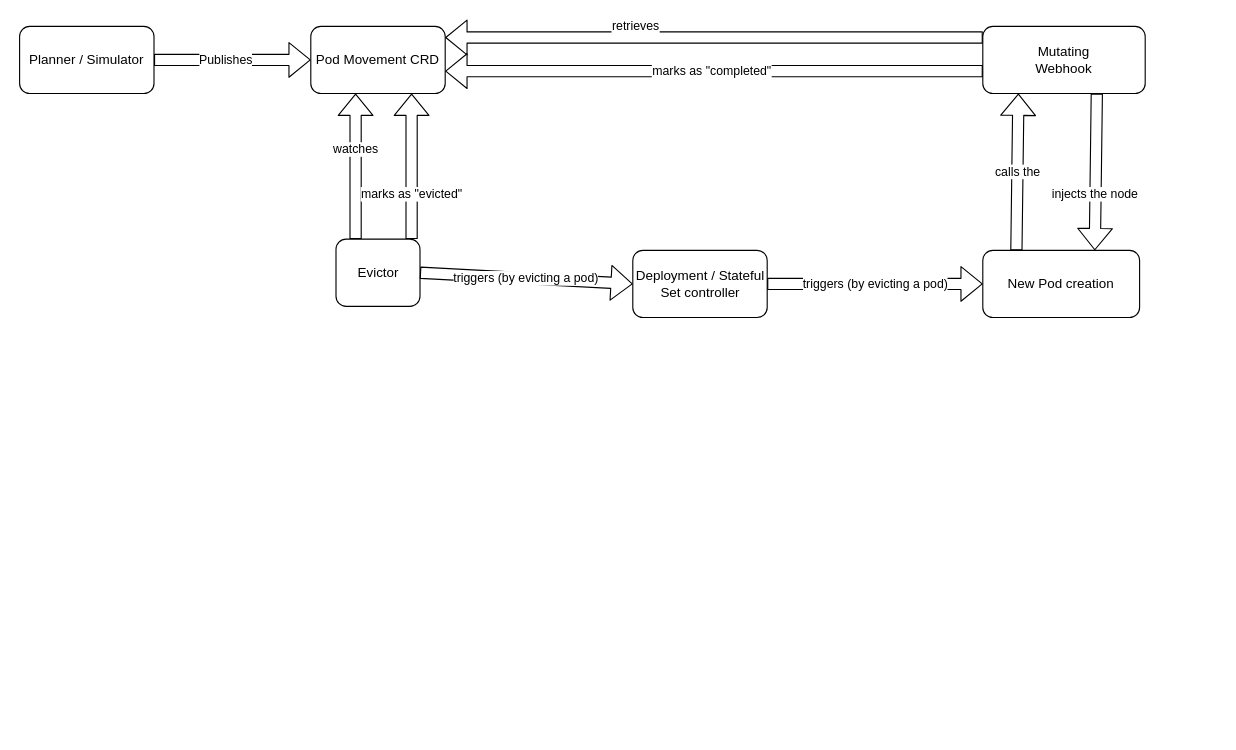
andreabuon/podtetris keeps this draw.io diagram as notes/tool-architecture.drawio. Above is the earlier version. Source tidied: cells renumbered, new cells numbered last; positions are measured from the earlier drawing's top-left corner, leaving out a move shared by most shapes. Both pictures are drawn from the tidied source at 112%, with x=0, y=0 at pixel (19, 26).
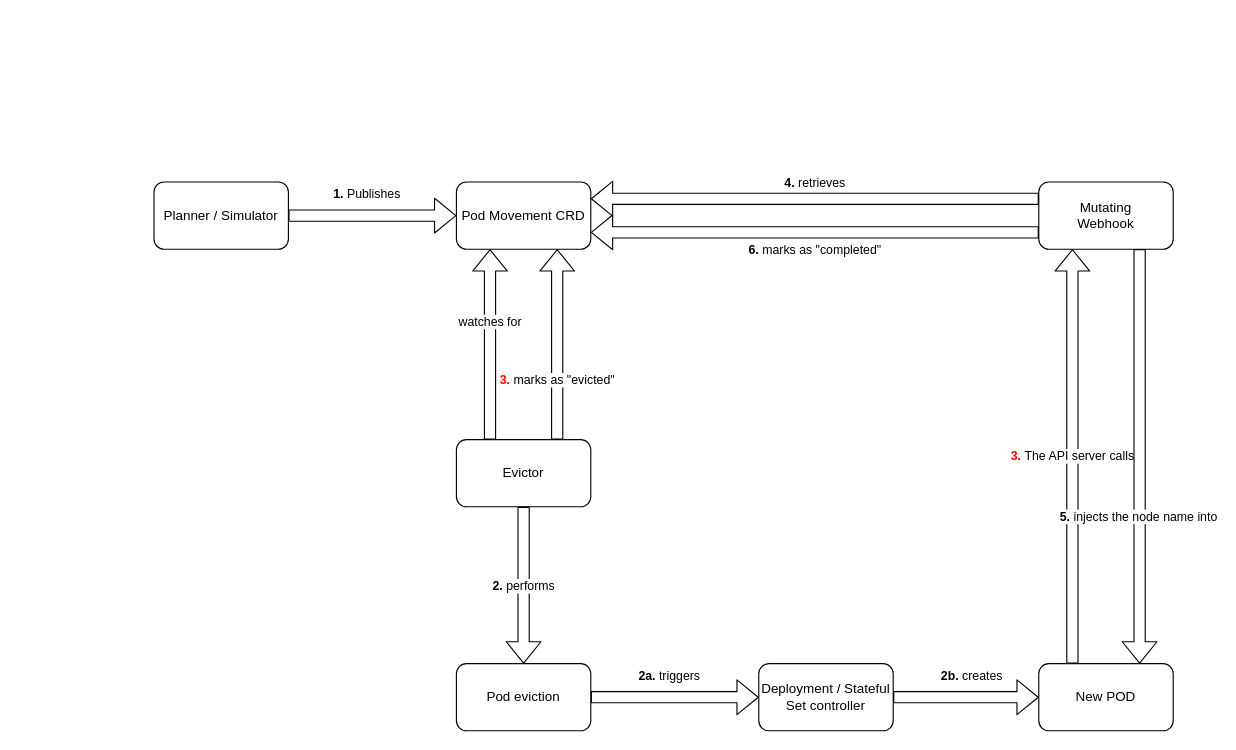
The same page after the edit.

Commit message (it also covers changes not shown here):
docs(tool-architecture): add steps numbers, link arrows

Diff of the diagram source:
```diff
@@
-    <mxCell id="2" value="Publishes" style="shape=flexArrow;endArrow=classic;html=1;rounded=1;" parent="1" edge="1" source="7" target="3">
-      <mxGeometry x="-0.08" relative="1" as="geometry" />
+    <mxCell id="2" value="&lt;b&gt;1.&lt;/b&gt; Publishes" style="shape=flexArrow;endArrow=classic;html=1;rounded=1;exitX=1;exitY=0.5;exitDx=0;exitDy=0;entryX=0;entryY=0.5;entryDx=0;entryDy=0;" parent="1" edge="1" source="7" target="3">
+      <mxGeometry x="-0.07" y="19" relative="1" as="geometry" />
     </mxCell>
     <mxCell id="3" value="&lt;div&gt;Pod Movement CRD&lt;/div&gt;" style="rounded=1;whiteSpace=wrap;html=1;" parent="1" vertex="1">
-      <mxGeometry x="260" width="120" height="60" as="geometry" />
+      <mxGeometry x="390" y="139" width="120" height="60" as="geometry" />
     </mxCell>
     <mxCell id="4" value="&lt;div&gt;Evictor&lt;/div&gt;" style="rounded=1;whiteSpace=wrap;html=1;" parent="1" vertex="1">
-      <mxGeometry x="282.5" y="190" width="75" height="60" as="geometry" />
+      <mxGeometry x="390" y="369" width="120" height="60" as="geometry" />
     </mxCell>
-    <mxCell id="5" value="&lt;div&gt;watches&lt;/div&gt;" style="shape=flexArrow;endArrow=classic;html=1;rounded=1;entryX=0.5;entryY=1;entryDx=0;entryDy=0;exitX=0.5;exitY=0;exitDx=0;exitDy=0;" parent="1" edge="1">
-      <mxGeometry x="0.23" relative="1" as="geometry">
-        <mxPoint x="300" y="190" as="sourcePoint" />
-        <mxPoint x="300" y="60" as="targetPoint" />
-      </mxGeometry>
+    <mxCell id="5" value="&lt;div&gt;watches for&lt;/div&gt;" style="shape=flexArrow;endArrow=classic;html=1;rounded=1;entryX=0.25;entryY=1;entryDx=0;entryDy=0;exitX=0.25;exitY=0;exitDx=0;exitDy=0;" parent="1" edge="1" source="4" target="3">
+      <mxGeometry x="0.23" relative="1" as="geometry" />
     </mxCell>
     <mxCell id="6" value="Mutating&lt;div&gt;Webhook&lt;/div&gt;" style="rounded=1;whiteSpace=wrap;html=1;" parent="1" vertex="1">
-      <mxGeometry x="860" width="145" height="60" as="geometry" />
+      <mxGeometry x="910" y="139" width="120" height="60" as="geometry" />
     </mxCell>
     <mxCell id="7" value="&lt;div&gt;Planner /&amp;nbsp;Simulator&lt;/div&gt;" style="rounded=1;whiteSpace=wrap;html=1;" parent="1" vertex="1">
-      <mxGeometry width="120" height="60" as="geometry" />
+      <mxGeometry x="120" y="139" width="120" height="60" as="geometry" />
     </mxCell>
-    <mxCell id="8" value="New Pod creation" style="rounded=1;whiteSpace=wrap;html=1;" parent="1" vertex="1">
-      <mxGeometry x="860" y="200" width="140" height="60" as="geometry" />
+    <mxCell id="8" value="New POD" style="rounded=1;whiteSpace=wrap;html=1;" parent="1" vertex="1">
+      <mxGeometry x="910" y="569" width="120" height="60" as="geometry" />
     </mxCell>
-    <mxCell id="9" value="&lt;div&gt;calls the&lt;/div&gt;" style="shape=flexArrow;endArrow=classic;html=1;rounded=1;" parent="1" edge="1">
-      <mxGeometry relative="1" as="geometry">
-        <mxPoint x="890" y="200" as="sourcePoint" />
-        <mxPoint x="891.8" y="60" as="targetPoint" />
-      </mxGeometry>
+    <mxCell id="9" value="&lt;div&gt;&lt;b&gt;&lt;span style=&quot;color: rgb(255, 0, 0);&quot;&gt;3.&lt;/span&gt;&amp;nbsp;&lt;/b&gt;The API server calls&lt;/div&gt;" style="shape=flexArrow;endArrow=classic;html=1;rounded=1;entryX=0.25;entryY=1;entryDx=0;entryDy=0;exitX=0.25;exitY=0;exitDx=0;exitDy=0;" parent="1" edge="1" source="8" target="6">
+      <mxGeometry relative="1" as="geometry" />
     </mxCell>
-    <mxCell id="10" value="retrieves" style="shape=flexArrow;endArrow=classic;html=1;rounded=1;" parent="1" edge="1">
-      <mxGeometry x="0.29" y="-10" relative="1" as="geometry">
-        <mxPoint x="860" y="10" as="sourcePoint" />
-        <mxPoint x="380" y="10" as="targetPoint" />
-      </mxGeometry>
+    <mxCell id="10" value="&lt;b&gt;4.&lt;/b&gt; retrieves" style="shape=flexArrow;endArrow=classic;html=1;rounded=1;entryX=1;entryY=0.25;entryDx=0;entryDy=0;exitX=0;exitY=0.25;exitDx=0;exitDy=0;" parent="1" edge="1" source="6" target="3">
+      <mxGeometry y="-14" relative="1" as="geometry" />
     </mxCell>
-    <mxCell id="11" value="&lt;div&gt;injects the node&lt;/div&gt;" style="shape=flexArrow;endArrow=classic;html=1;rounded=1;" parent="1" edge="1">
-      <mxGeometry x="0.29" y="-1" relative="1" as="geometry">
-        <mxPoint x="961.8" y="60" as="sourcePoint" />
-        <mxPoint x="960" y="200" as="targetPoint" />
-      </mxGeometry>
+    <mxCell id="11" value="&lt;div&gt;&lt;b&gt;5. &lt;/b&gt;injects the node name into&lt;/div&gt;" style="shape=flexArrow;endArrow=classic;html=1;rounded=1;exitX=0.75;exitY=1;exitDx=0;exitDy=0;entryX=0.75;entryY=0;entryDx=0;entryDy=0;" parent="1" edge="1" source="6" target="8">
+      <mxGeometry x="0.29" y="-1" relative="1" as="geometry" />
     </mxCell>
-    <mxCell id="12" value="triggers (by evicting a pod)" style="shape=flexArrow;endArrow=classic;html=1;rounded=1;entryX=0;entryY=0.5;entryDx=0;entryDy=0;exitX=1;exitY=0.5;exitDx=0;exitDy=0;" parent="1" edge="1" source="4" target="13">
-      <mxGeometry relative="1" as="geometry" />
+    <mxCell id="12" value="&lt;b&gt;2a.&amp;nbsp;&lt;/b&gt;triggers" style="shape=flexArrow;endArrow=classic;html=1;rounded=1;entryX=0;entryY=0.5;entryDx=0;entryDy=0;exitX=1;exitY=0.5;exitDx=0;exitDy=0;" parent="1" edge="1" source="18" target="13">
+      <mxGeometry x="-0.07" y="19" relative="1" as="geometry" />
     </mxCell>
     <mxCell id="13" value="Deployment / Stateful Set controller" style="rounded=1;whiteSpace=wrap;html=1;" parent="1" vertex="1">
-      <mxGeometry x="547.5" y="200" width="120" height="60" as="geometry" />
+      <mxGeometry x="660" y="569" width="120" height="60" as="geometry" />
     </mxCell>
-    <mxCell id="14" value="triggers (by evicting a pod)" style="shape=flexArrow;endArrow=classic;html=1;rounded=1;exitX=1;exitY=0.5;exitDx=0;exitDy=0;" parent="1" edge="1" source="13" target="8">
-      <mxGeometry relative="1" as="geometry" />
+    <mxCell id="14" value="&lt;b&gt;2b.&lt;/b&gt; creates" style="shape=flexArrow;endArrow=classic;html=1;rounded=1;exitX=1;exitY=0.5;exitDx=0;exitDy=0;entryX=0;entryY=0.5;entryDx=0;entryDy=0;" parent="1" edge="1" source="13" target="8">
+      <mxGeometry x="0.08" y="19" relative="1" as="geometry" />
     </mxCell>
-    <mxCell id="15" value="&lt;div&gt;marks as &quot;completed&quot;&lt;/div&gt;" style="shape=flexArrow;endArrow=classic;html=1;rounded=1;" parent="1" edge="1">
-      <mxGeometry x="0.01" relative="1" as="geometry">
-        <mxPoint x="860" y="40" as="sourcePoint" />
-        <mxPoint x="380" y="40" as="targetPoint" />
-      </mxGeometry>
+    <mxCell id="15" value="&lt;div&gt;&lt;b&gt;6.&lt;/b&gt; marks as &quot;completed&quot;&lt;/div&gt;" style="shape=flexArrow;endArrow=classic;html=1;rounded=1;entryX=1;entryY=0.75;entryDx=0;entryDy=0;exitX=0;exitY=0.75;exitDx=0;exitDy=0;" parent="1" edge="1" source="6" target="3">
+      <mxGeometry y="16" relative="1" as="geometry" />
     </mxCell>
-    <mxCell id="16" value="marks as &quot;evicted&quot;" style="shape=flexArrow;endArrow=classic;html=1;rounded=1;entryX=0.5;entryY=1;entryDx=0;entryDy=0;exitX=0.5;exitY=0;exitDx=0;exitDy=0;" parent="1" edge="1">
-      <mxGeometry x="-0.38" relative="1" as="geometry">
-        <mxPoint x="350" y="190" as="sourcePoint" />
-        <mxPoint x="350" y="60" as="targetPoint" />
-      </mxGeometry>
+    <mxCell id="16" value="&lt;b&gt;&lt;span style=&quot;color: rgb(255, 0, 0);&quot;&gt;3.&lt;/span&gt;&lt;/b&gt; marks as &quot;evicted&quot;" style="shape=flexArrow;endArrow=classic;html=1;rounded=1;exitX=0.75;exitY=0;exitDx=0;exitDy=0;entryX=0.75;entryY=1;entryDx=0;entryDy=0;" parent="1" edge="1" source="4" target="3">
+      <mxGeometry x="-0.38" relative="1" as="geometry" />
     </mxCell>
+    <mxCell id="17" value="&lt;b&gt;2.&lt;/b&gt; performs" style="shape=flexArrow;endArrow=classic;html=1;rounded=1;exitX=0.5;exitY=1;exitDx=0;exitDy=0;entryX=0.5;entryY=0;entryDx=0;entryDy=0;" parent="1" edge="1" source="4" target="18">
+      <mxGeometry x="0.01" relative="1" as="geometry" />
+    </mxCell>
+    <mxCell id="18" value="Pod eviction" style="rounded=1;whiteSpace=wrap;html=1;" parent="1" vertex="1">
+      <mxGeometry x="390" y="569" width="120" height="60" as="geometry" />
+    </mxCell>
```
